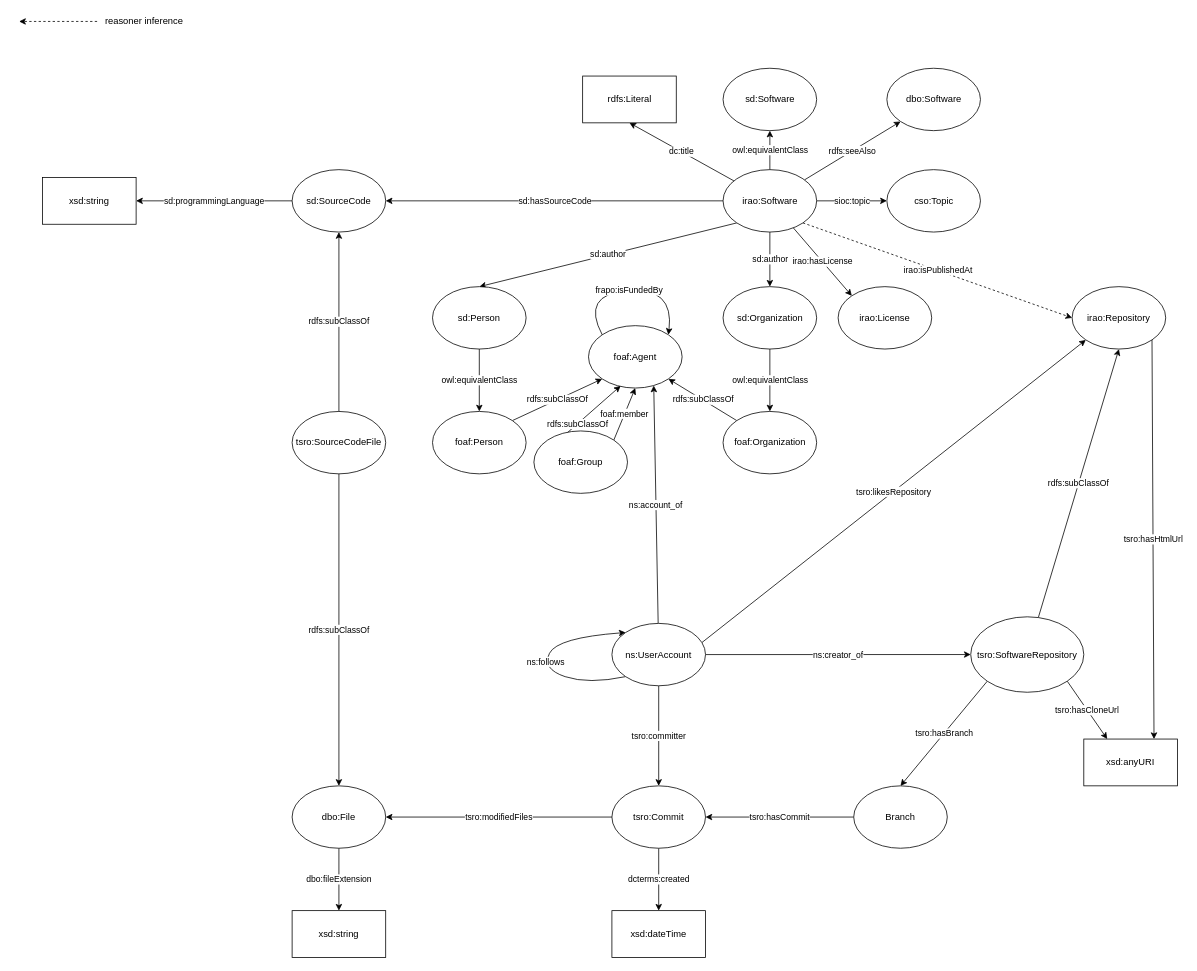
Before: ontologies/The Software Repository Ontology.drawio in sabato-nocera/tsro, a draw.io diagram. Source tidied: cells renumbered, new cells numbered last; positions are measured from the earlier drawing's top-left corner, leaving out a move shared by most shapes. Both pictures are drawn from the tidied source at 78%, with x=0, y=0 at pixel (19, 13).
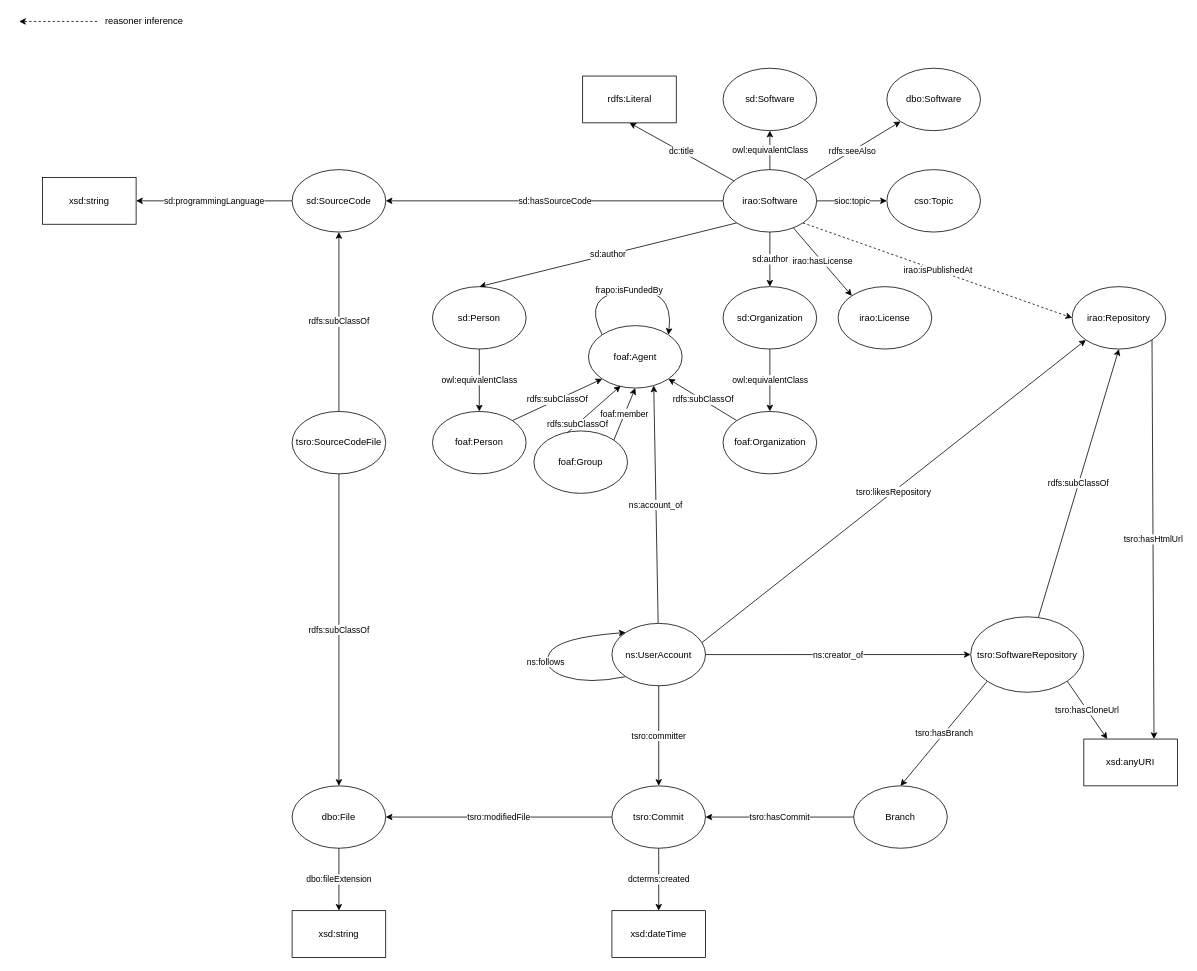
The same page after the edit.

Commit message (it also covers changes not shown here):
Aggiornamento ontologia in Protege e schema

The change refers to these unchanged cells:
```xml
<mxCell id="4" value="dbo:File" style="ellipse;whiteSpace=wrap;html=1;" parent="1" vertex="1">
  <mxGeometry x="350" y="990" width="120" height="80" as="geometry" />
</mxCell>
<mxCell id="6" value="tsro:Commit" style="ellipse;whiteSpace=wrap;html=1;" parent="1" vertex="1">
  <mxGeometry x="760" y="990" width="120" height="80" as="geometry" />
</mxCell>
```

Diff of the diagram source:
```diff
@@
-    <mxCell id="10" value="tsro:modifiedFiles" style="edgeStyle=none;rounded=0;jettySize=auto;html=1;entryX=1;entryY=0.5;entryDx=0;entryDy=0;exitX=0;exitY=0.5;exitDx=0;exitDy=0;" parent="1" edge="1" source="6" target="4">
+    <mxCell id="10" value="tsro:modifiedFile" style="edgeStyle=none;rounded=0;jettySize=auto;html=1;entryX=1;entryY=0.5;entryDx=0;entryDy=0;exitX=0;exitY=0.5;exitDx=0;exitDy=0;" parent="1" edge="1" source="6" target="4">
       <mxGeometry relative="1" as="geometry" />
     </mxCell>
```
